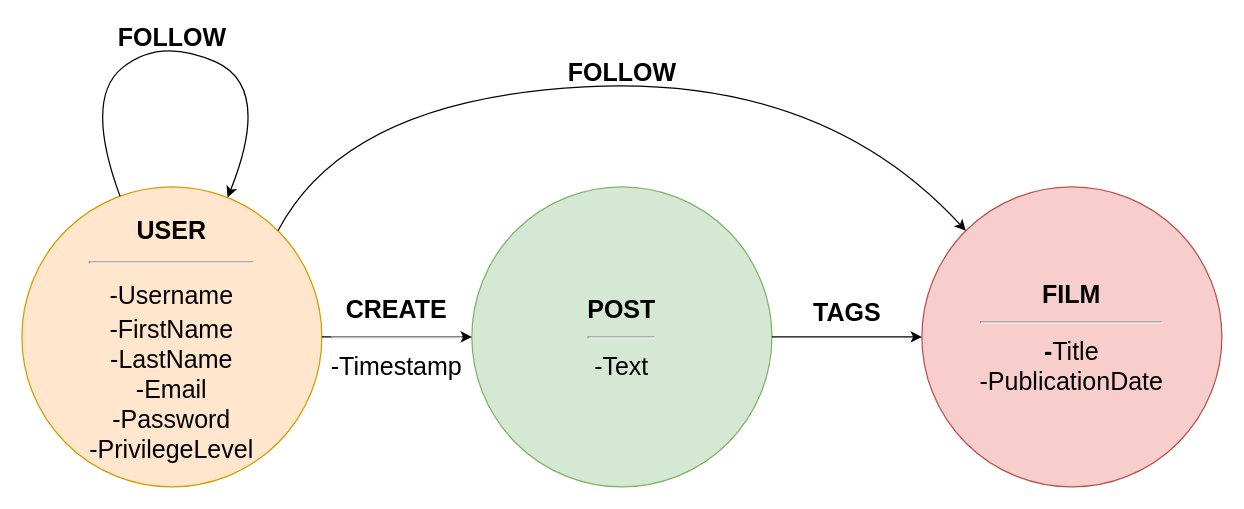
This is Task3/Documentation/Diagrams/NodeLabel.drawio from unipi-fr/LargeScaleMultiStructureDatabases, a draw.io file, before an edit. Source tidied: cells renumbered, new cells numbered last; positions are measured from the earlier drawing's top-left corner, leaving out a move shared by most shapes. Both pictures are drawn from the tidied source at 125%, with x=0, y=0 at pixel (21, 24).
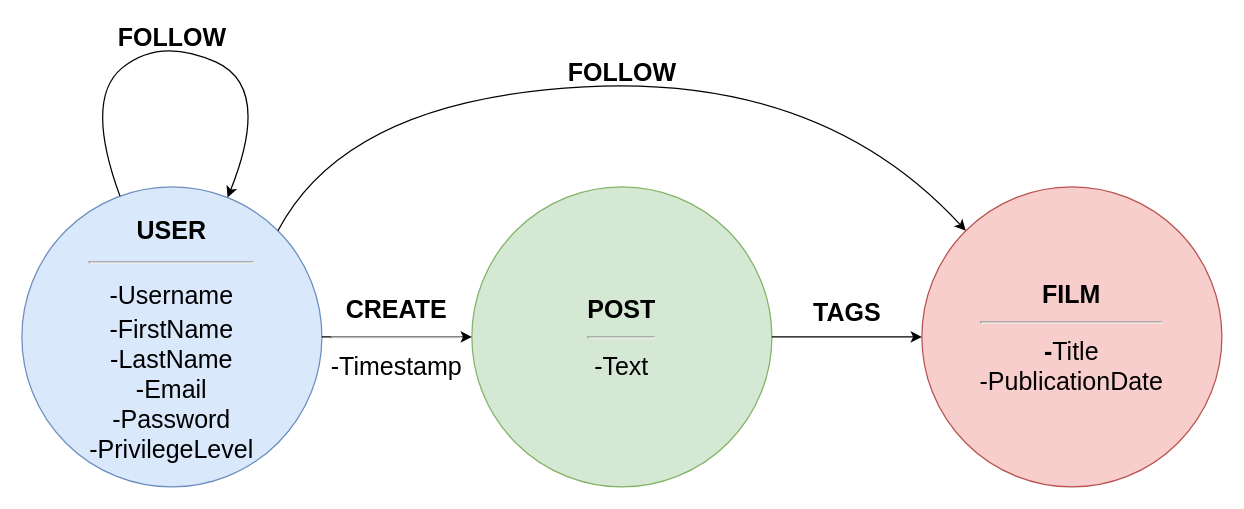
After the change.

Change to the diagram source:
```diff
@@
 <mxGraphModel>
   <root>
     <mxCell id="0" />
     <mxCell id="1" parent="0" />
-    <mxCell id="2" value="&lt;font style=&quot;font-size: 20px&quot;&gt;&lt;b style=&quot;line-height: 150%&quot;&gt;USER&lt;br&gt;&lt;hr&gt;&lt;/b&gt;-Username&lt;br&gt;-FirstName&lt;br&gt;-LastName&lt;br&gt;-Email&lt;br&gt;-Password&lt;br&gt;-PrivilegeLevel&lt;/font&gt;" style="ellipse;whiteSpace=wrap;html=1;fillColor=#ffe6cc;strokeColor=#d79b00;" parent="1" vertex="1">
+    <mxCell id="2" value="&lt;font style=&quot;font-size: 20px&quot;&gt;&lt;b style=&quot;line-height: 150%&quot;&gt;USER&lt;br&gt;&lt;hr&gt;&lt;/b&gt;-Username&lt;br&gt;-FirstName&lt;br&gt;-LastName&lt;br&gt;-Email&lt;br&gt;-Password&lt;br&gt;-PrivilegeLevel&lt;/font&gt;" style="ellipse;whiteSpace=wrap;html=1;fillColor=#dae8fc;strokeColor=#6c8ebf;" parent="1" vertex="1">
       <mxGeometry y="130" width="240" height="240" as="geometry" />
     </mxCell>
     <mxCell id="3" value="&lt;font style=&quot;font-size: 20px&quot;&gt;&lt;b&gt;POST&lt;/b&gt;&lt;br&gt;&lt;/font&gt;&lt;hr style=&quot;font-size: 20px&quot;&gt;&lt;font style=&quot;font-size: 20px&quot;&gt;-Text&lt;/font&gt;" style="ellipse;whiteSpace=wrap;html=1;fillColor=#d5e8d4;strokeColor=#82b366;" parent="1" vertex="1">
       <mxGeometry x="360" y="130" width="240" height="240" as="geometry" />
     </mxCell>
     <mxCell id="4" value="&lt;b style=&quot;font-size: 20px&quot;&gt;&lt;font style=&quot;font-size: 20px&quot;&gt;FILM&lt;br&gt;&lt;/font&gt;&lt;/b&gt;&lt;hr style=&quot;font-size: 20px&quot;&gt;&lt;font style=&quot;font-size: 20px&quot;&gt;&lt;b&gt;-&lt;/b&gt;Title&lt;br&gt;-PublicationDate&lt;/font&gt;" style="ellipse;whiteSpace=wrap;html=1;fillColor=#f8cecc;strokeColor=#b85450;" parent="1" vertex="1">
       <mxGeometry x="720" y="130" width="240" height="240" as="geometry" />
     </mxCell>
     <mxCell id="5" style="curved=1;endArrow=classic;html=1;" parent="1" edge="1" source="2" target="2">
       <mxGeometry relative="1" as="geometry">
         <Array as="points">
           <mxPoint x="50" y="60" />
           <mxPoint x="110" y="10" />
           <mxPoint x="200" y="50" />
         </Array>
       </mxGeometry>
     </mxCell>
     <mxCell id="6" style="curved=1;endArrow=classic;html=1;exitX=1;exitY=0;exitDx=0;exitDy=0;entryX=0;entryY=0;entryDx=0;entryDy=0;" parent="1" edge="1" source="2" target="4">
       <mxGeometry relative="1" as="geometry">
         <Array as="points">
           <mxPoint x="260" y="60" />
           <mxPoint x="640" y="40" />
         </Array>
       </mxGeometry>
     </mxCell>
     <mxCell id="7" value="&lt;font style=&quot;font-size: 20px&quot;&gt;&lt;b&gt;FOLLOW&lt;/b&gt;&lt;/font&gt;" style="text;html=1;align=center;verticalAlign=middle;" parent="1" vertex="1">
       <mxGeometry x="430" y="28" width="100" height="20" as="geometry" />
     </mxCell>
     <mxCell id="8" style="endArrow=classic;html=1;exitX=1;exitY=0.5;exitDx=0;exitDy=0;" parent="1" edge="1" source="2" target="3">
       <mxGeometry relative="1" as="geometry" />
     </mxCell>
     <mxCell id="9" value="&lt;b style=&quot;font-size: 20px&quot;&gt;&lt;font style=&quot;font-size: 20px&quot;&gt;CREATE&lt;br&gt;&lt;/font&gt;&lt;/b&gt;&lt;hr style=&quot;font-size: 20px&quot;&gt;&lt;font style=&quot;font-size: 20px&quot;&gt;-Timestamp&lt;/font&gt;" style="text;html=1;strokeColor=none;fillColor=none;align=center;verticalAlign=middle;whiteSpace=wrap;rounded=0;" parent="1" vertex="1">
       <mxGeometry x="230" y="195" width="140" height="110" as="geometry" />
     </mxCell>
     <mxCell id="10" value="&lt;font style=&quot;font-size: 20px&quot;&gt;&lt;b&gt;FOLLOW&lt;/b&gt;&lt;/font&gt;" style="text;html=1;align=center;verticalAlign=middle;" parent="1" vertex="1">
       <mxGeometry x="70" width="100" height="20" as="geometry" />
     </mxCell>
     <mxCell id="11" style="endArrow=classic;html=1;exitX=1;exitY=0.5;exitDx=0;exitDy=0;entryX=0;entryY=0.5;entryDx=0;entryDy=0;" parent="1" edge="1" source="3" target="4">
       <mxGeometry relative="1" as="geometry" />
     </mxCell>
     <mxCell id="12" value="&lt;span style=&quot;font-size: 20px&quot;&gt;&lt;b&gt;TAGS&lt;/b&gt;&lt;/span&gt;" style="text;html=1;align=center;verticalAlign=middle;" parent="1" vertex="1">
       <mxGeometry x="625" y="220" width="70" height="20" as="geometry" />
     </mxCell>
   </root>
 </mxGraphModel>
```
